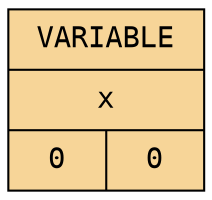
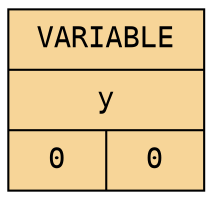
- // Graphiz was called from source/tree_operations.cpp:90
+ // Graphiz was called from source/tree_operations.cpp:92
digraph NodeGraph {
    rankdir=TB    bgcolor="#ffffff";
    fontname="Consolas";
    nodesep=0.6;
    node [shape=record, style=filled, fontname="Consolas", margin=0.1, width=1.3, height=0.8];
    edge [fontname="Consolas", arrowsize=0.8];


-     node_0x504000000250 [fillcolor = "#f7d598ff", label="{ <t> VARIABLE | <v> x | { <l> 0 | <r> 0}}"];
+     node_0x504000000210 [fillcolor = "#f7d598ff", label="{ <t> VARIABLE | <v> y | { <l> 0 | <r> 0}}"];
}
